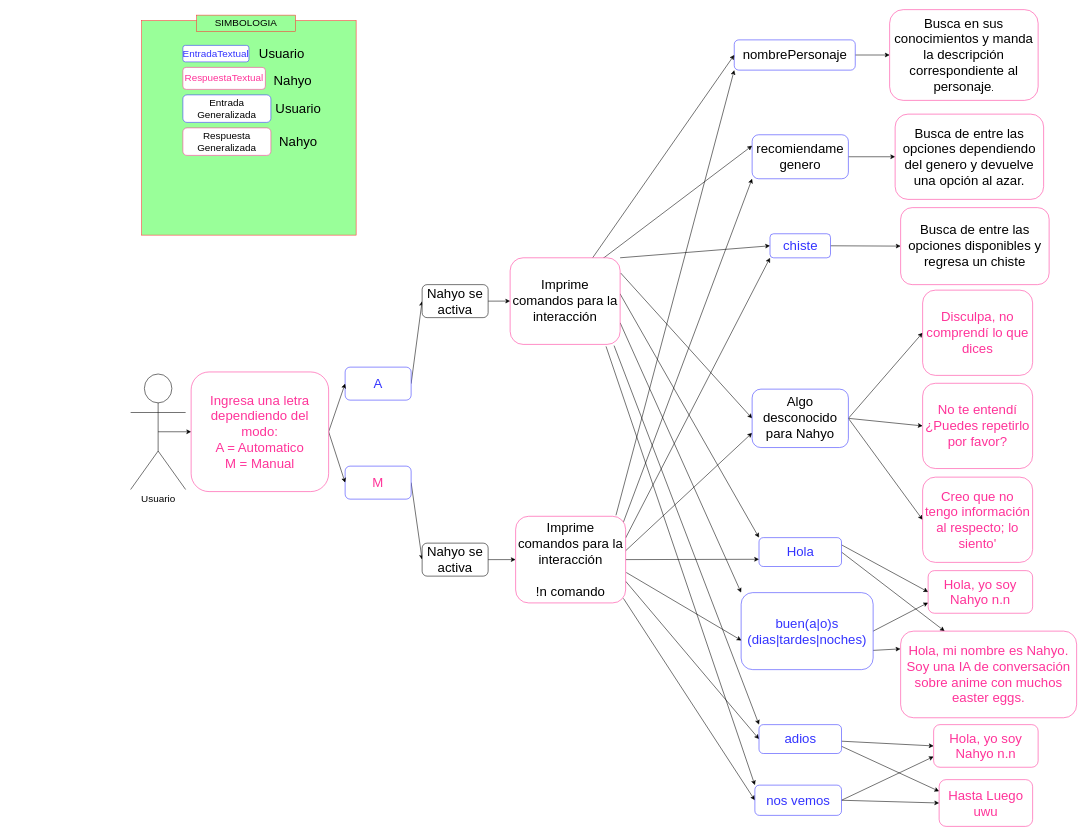
The draw.io diagram Diagrama/DiagramaGeneral.drawio in cynthializbeth/ChatBot, before the edit. Source tidied: cells renumbered, new cells numbered last; positions are measured from the earlier drawing's top-left corner, leaving out a move shared by most shapes. Both pictures are drawn from the tidied source at 55%, with x=0, y=0 at pixel (130, 9).
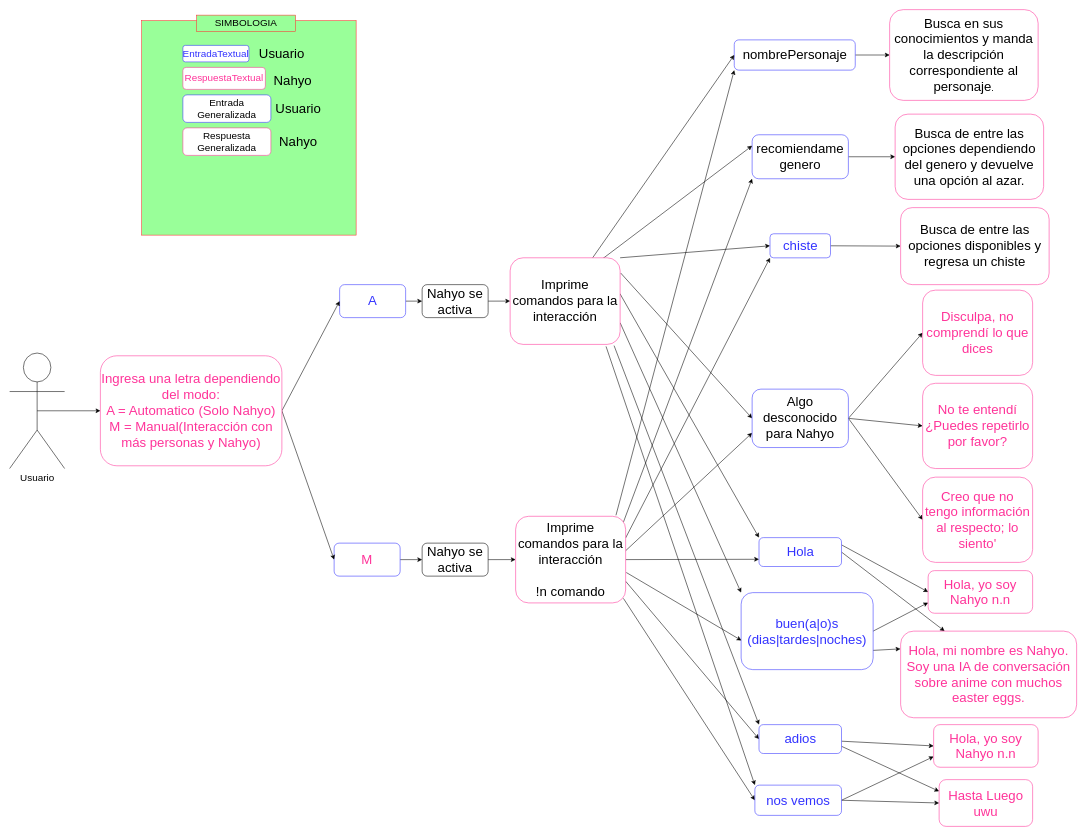
After the change.

What changed in the source:
```diff
@@
     <mxCell id="26" value="Usuario" style="shape=umlActor;verticalLabelPosition=bottom;verticalAlign=top;html=1;outlineConnect=0;fontSize=18;" parent="1" vertex="1">
-      <mxGeometry y="662.5" width="100" height="210" as="geometry" />
+      <mxGeometry x="-220" y="624.4" width="100" height="210" as="geometry" />
     </mxCell>
@@
     <mxCell id="29" value="&lt;font color=&quot;#3333FF&quot;&gt;A&lt;/font&gt;" style="rounded=1;whiteSpace=wrap;html=1;fontSize=24;strokeColor=#3333FF;" parent="1" vertex="1">
-      <mxGeometry x="390" y="650" width="120" height="60" as="geometry" />
+      <mxGeometry x="380" y="500" width="120" height="60" as="geometry" />
     </mxCell>
@@
     <mxCell id="31" value="&lt;font color=&quot;#FF3399&quot;&gt;M&lt;/font&gt;" style="rounded=1;whiteSpace=wrap;html=1;fontSize=24;strokeColor=#3333FF;" parent="1" vertex="1">
-      <mxGeometry x="390" y="830" width="120" height="60" as="geometry" />
+      <mxGeometry x="370" y="970" width="120" height="60" as="geometry" />
     </mxCell>
@@
-    <mxCell id="38" value="&lt;div&gt;&lt;font style=&quot;font-size: 24px;&quot; color=&quot;#FF3399&quot;&gt;Ingresa una letra dependiendo del modo:&lt;/font&gt;&lt;/div&gt;&lt;div&gt;&lt;font style=&quot;font-size: 24px;&quot; color=&quot;#FF3399&quot;&gt;A = Automatico&lt;/font&gt;&lt;/div&gt;&lt;div&gt;&lt;font style=&quot;font-size: 24px;&quot; color=&quot;#FF3399&quot;&gt;M = Manual&lt;/font&gt;&lt;font color=&quot;#FF3399&quot;&gt;&lt;br&gt;&lt;/font&gt;&lt;/div&gt;" style="rounded=1;whiteSpace=wrap;html=1;strokeColor=#FF3399;" parent="1" vertex="1">
-      <mxGeometry x="110" y="658.8" width="250" height="217.5" as="geometry" />
+    <mxCell id="38" value="&lt;div&gt;&lt;font style=&quot;font-size: 24px;&quot; color=&quot;#FF3399&quot;&gt;Ingresa una letra dependiendo del modo:&lt;/font&gt;&lt;/div&gt;&lt;div&gt;&lt;font style=&quot;font-size: 24px;&quot; color=&quot;#FF3399&quot;&gt;A = Automatico (Solo Nahyo)&lt;br&gt;&lt;/font&gt;&lt;/div&gt;&lt;div&gt;&lt;font style=&quot;font-size: 24px;&quot; color=&quot;#FF3399&quot;&gt;M = Manual(Interacción con más personas y Nahyo)&lt;/font&gt;&lt;font color=&quot;#FF3399&quot;&gt;&lt;br&gt;&lt;/font&gt;&lt;/div&gt;" style="rounded=1;whiteSpace=wrap;html=1;strokeColor=#FF3399;" parent="1" vertex="1">
+      <mxGeometry x="-55" y="629.4" width="330" height="200" as="geometry" />
     </mxCell>
```
